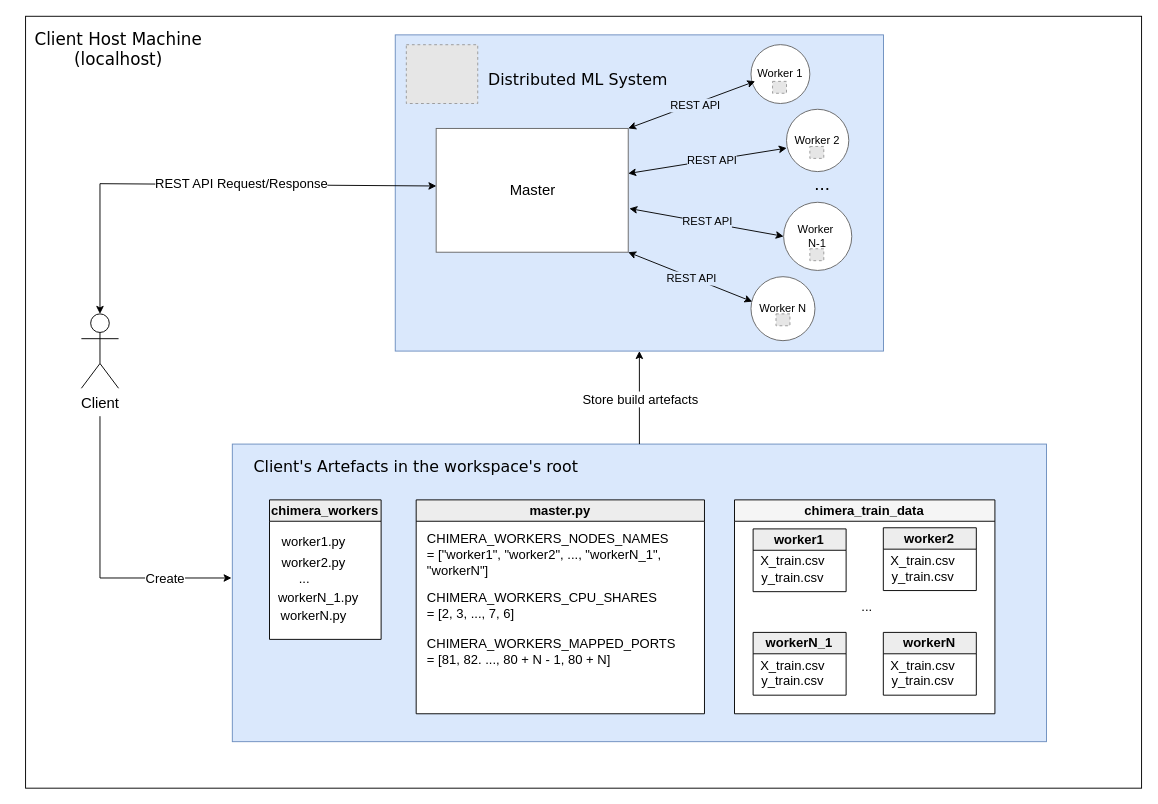
This is images/client/client_interactions.drawio from Samirnunes/chimera, a draw.io file, before an edit. Source tidied: cells renumbered, new cells numbered last; positions are measured from the earlier drawing's top-left corner, leaving out a move shared by most shapes. Both pictures are drawn from the tidied source at 93%, with x=0, y=0 at pixel (16, 16). Pictures stored in the file or linked from it are replaced by grey dashed boxes.
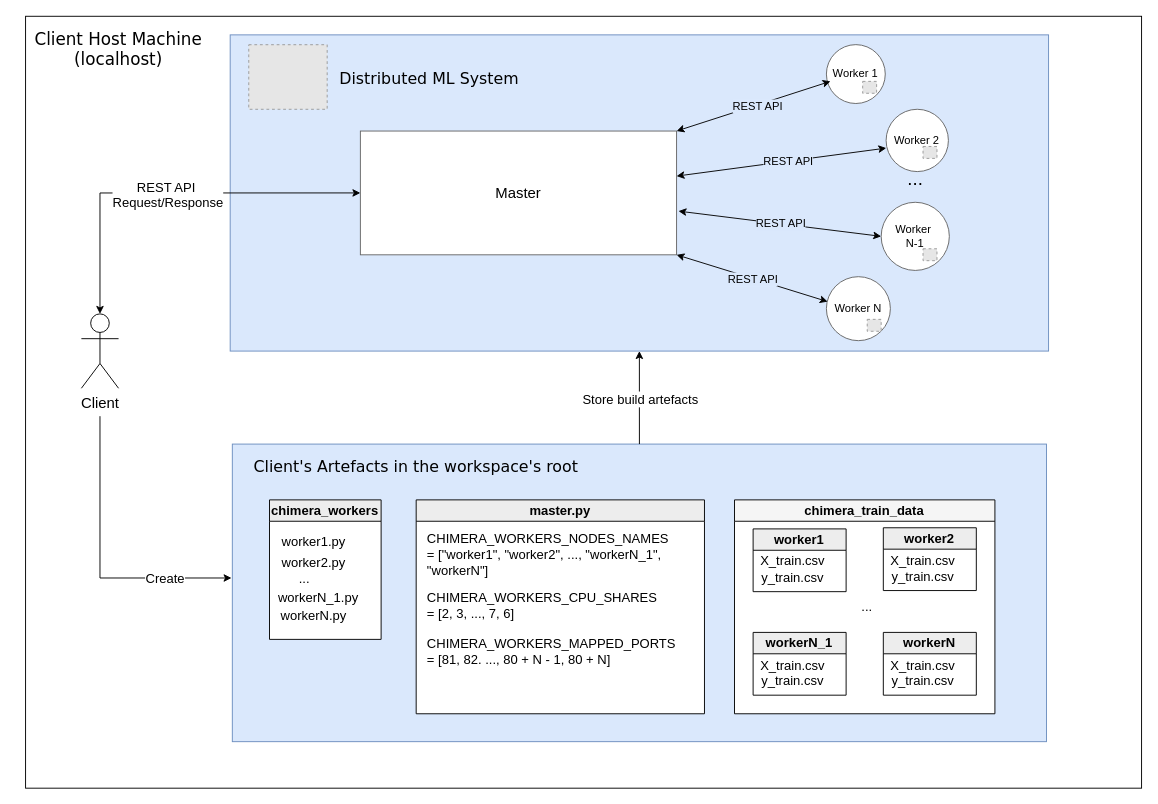
After the change.

Unchanged cells that the change refers to:
```xml
<mxCell id="4" value="&lt;font style=&quot;font-size: 16px;&quot;&gt;Client&lt;/font&gt;" style="shape=umlActor;verticalLabelPosition=bottom;verticalAlign=top;html=1;outlineConnect=0;" parent="1" vertex="1">
  <mxGeometry x="70" y="320" width="40" height="80" as="geometry" />
</mxCell>
```

Diff of the diagram source:
```diff
@@
     <mxCell id="7" style="group;" parent="1" vertex="1">
-      <mxGeometry x="407.5" y="20" width="525" height="340" as="geometry" />
+      <mxGeometry x="230" y="20" width="880" height="340" as="geometry" />
     </mxCell>
     <mxCell id="8" style="rounded=0;whiteSpace=wrap;html=1;fillColor=#dae8fc;strokeColor=#6c8ebf;" parent="7" vertex="1">
-      <mxGeometry width="525" height="340" as="geometry" />
+      <mxGeometry width="880" height="340" as="geometry" />
     </mxCell>
-    <mxCell id="9" style="group;" parent="7" vertex="1">
-      <mxGeometry x="11.9" y="10.6" width="489.2" height="308.1" as="geometry" />
-    </mxCell>
-    <mxCell id="10" value="&lt;font style=&quot;font-size: 16px; color: rgb(0, 0, 0);&quot;&gt;Master&lt;/font&gt;" style="rounded=0;whiteSpace=wrap;html=1;fillColor=#FFFFFF;strokeColor=#666666;fontColor=#333333;" parent="9" vertex="1">
-      <mxGeometry x="32.1" y="90" width="206.5" height="133.1" as="geometry" />
-    </mxCell>
-    <mxCell id="11" value="&lt;font style=&quot;font-size: 20px;&quot;&gt;...&lt;/font&gt;" style="text;html=1;align=center;verticalAlign=middle;whiteSpace=wrap;rounded=0;" parent="9" vertex="1">
-      <mxGeometry x="405.7" y="127.5" width="83.5" height="42.5" as="geometry" />
-    </mxCell>
-    <mxCell id="12" value="&lt;font face=&quot;Verdana&quot; style=&quot;font-size: 17px;&quot;&gt;&amp;nbsp;Distributed ML System&lt;/font&gt;" style="text;html=1;align=center;verticalAlign=middle;whiteSpace=wrap;rounded=0;" parent="9" vertex="1">
-      <mxGeometry x="68.4" y="21" width="226.7" height="31.9" as="geometry" />
-    </mxCell>
     <mxCell id="13" style="fillColor=#E6E6E6;strokeColor=#999999;dashed=1;verticalLabelPosition=bottom;labelBackgroundColor=default;verticalAlign=top;" parent="7" vertex="1">
-      <mxGeometry x="11.9" y="10.6" width="76.8" height="63.2" as="geometry" />
+      <mxGeometry x="20" y="10.6" width="84.3" height="69.4" as="geometry" />
     </mxCell>
     <mxCell id="14" value="&lt;span style=&quot;&quot;&gt;&lt;font style=&quot;color: rgb(0, 0, 0);&quot;&gt;Worker&amp;nbsp;&lt;/font&gt;&lt;/span&gt;&lt;div&gt;&lt;span style=&quot;&quot;&gt;&lt;font style=&quot;color: rgb(0, 0, 0);&quot;&gt;N-1&lt;/font&gt;&lt;/span&gt;&lt;/div&gt;" style="ellipse;whiteSpace=wrap;html=1;fillColor=light-dark(#ffffff, #1a1a1a);fontColor=#333333;strokeColor=#666666;" parent="7" vertex="1">
-      <mxGeometry x="417.6" y="180" width="73.3" height="73.3" as="geometry" />
+      <mxGeometry x="700" y="180" width="73.3" height="73.3" as="geometry" />
     </mxCell>
@@
     <mxCell id="17" value="&lt;span style=&quot;&quot;&gt;&lt;font style=&quot;color: rgb(0, 0, 0);&quot;&gt;Worker N&lt;/font&gt;&lt;/span&gt;" style="ellipse;whiteSpace=wrap;html=1;fillColor=light-dark(#ffffff, #1a1a1a);fontColor=#333333;strokeColor=#666666;" parent="7" vertex="1">
-      <mxGeometry x="382.5" y="260" width="68.8" height="68.8" as="geometry" />
+      <mxGeometry x="641.1" y="260" width="68.8" height="68.8" as="geometry" />
     </mxCell>
@@
     <mxCell id="20" value="&lt;span style=&quot;&quot;&gt;&lt;font style=&quot;color: rgb(0, 0, 0);&quot;&gt;Worker 2&lt;/font&gt;&lt;/span&gt;" style="ellipse;whiteSpace=wrap;html=1;fillColor=light-dark(#ffffff, #1a1a1a);fontColor=#333333;strokeColor=#666666;" parent="7" vertex="1">
-      <mxGeometry x="420.7" y="80" width="67" height="67" as="geometry" />
+      <mxGeometry x="705.3" y="80" width="67" height="67" as="geometry" />
     </mxCell>
@@
     <mxCell id="23" value="&lt;font style=&quot;color: rgb(0, 0, 0);&quot;&gt;Worker 1&lt;/font&gt;" style="ellipse;whiteSpace=wrap;html=1;fillColor=light-dark(#ffffff, #1a1a1a);fontColor=#333333;strokeColor=#666666;" parent="7" vertex="1">
-      <mxGeometry x="382.5" y="10.5" width="63.3" height="63.3" as="geometry" />
+      <mxGeometry x="641.1" y="10.5" width="63.3" height="63.3" as="geometry" />
     </mxCell>
@@
     <mxCell id="26" style="fillColor=#E6E6E6;strokeColor=#999999;dashed=1;verticalLabelPosition=bottom;labelBackgroundColor=default;verticalAlign=top;" parent="7" vertex="1">
-      <mxGeometry x="405.7" y="50" width="15" height="12.8" as="geometry" />
+      <mxGeometry x="680.1" y="50" width="15" height="12.8" as="geometry" />
     </mxCell>
     <mxCell id="27" style="fillColor=#E6E6E6;strokeColor=#999999;dashed=1;verticalLabelPosition=bottom;labelBackgroundColor=default;verticalAlign=top;" parent="7" vertex="1">
-      <mxGeometry x="445.8" y="120" width="15" height="12.8" as="geometry" />
+      <mxGeometry x="745" y="120" width="15" height="12.8" as="geometry" />
     </mxCell>
     <mxCell id="28" style="fillColor=#E6E6E6;strokeColor=#999999;dashed=1;verticalLabelPosition=bottom;labelBackgroundColor=default;verticalAlign=top;" parent="7" vertex="1">
-      <mxGeometry x="445.8" y="230" width="15" height="12.8" as="geometry" />
+      <mxGeometry x="745" y="230" width="15" height="12.8" as="geometry" />
     </mxCell>
     <mxCell id="29" style="fillColor=#E6E6E6;strokeColor=#999999;dashed=1;verticalLabelPosition=bottom;labelBackgroundColor=default;verticalAlign=top;" parent="7" vertex="1">
-      <mxGeometry x="409.4" y="300" width="15" height="12.8" as="geometry" />
+      <mxGeometry x="685" y="305.9" width="15" height="12.8" as="geometry" />
     </mxCell>
+    <mxCell id="11" value="&lt;font style=&quot;font-size: 20px;&quot;&gt;...&lt;/font&gt;" style="text;html=1;align=center;verticalAlign=middle;whiteSpace=wrap;rounded=0;" parent="7" vertex="1">
+      <mxGeometry x="666.6" y="132.8" width="140" height="42.5" as="geometry" />
+    </mxCell>
+    <mxCell id="10" value="&lt;font style=&quot;font-size: 16px; color: rgb(0, 0, 0);&quot;&gt;Master&lt;/font&gt;" style="rounded=0;whiteSpace=wrap;html=1;fillColor=#FFFFFF;strokeColor=#666666;fontColor=#333333;" parent="7" vertex="1">
+      <mxGeometry x="140" y="103.4" width="340" height="133.1" as="geometry" />
+    </mxCell>
+    <mxCell id="12" value="&lt;font face=&quot;Verdana&quot; style=&quot;font-size: 17px;&quot;&gt;&amp;nbsp;Distributed ML System&lt;/font&gt;" style="text;html=1;align=center;verticalAlign=middle;whiteSpace=wrap;rounded=0;" parent="7" vertex="1">
+      <mxGeometry x="104.4" y="31" width="214.7" height="31.9" as="geometry" />
+    </mxCell>
@@
-    <mxCell id="59" style="endArrow=classic;html=1;strokeWidth=1;entryX=0.001;entryY=0.465;entryDx=0;entryDy=0;entryPerimeter=0;exitX=0.5;exitY=0;exitDx=0;exitDy=0;exitPerimeter=0;endFill=1;rounded=0;curved=0;startArrow=classic;startFill=1;" parent="1" edge="1" source="4" target="10">
+    <mxCell id="59" style="endArrow=classic;html=1;strokeWidth=1;exitX=0.5;exitY=0;exitDx=0;exitDy=0;exitPerimeter=0;endFill=1;rounded=0;curved=0;startArrow=classic;startFill=1;entryX=0;entryY=0.5;entryDx=0;entryDy=0;" parent="1" edge="1" source="4" target="10">
       <mxGeometry relative="1" as="geometry">
         <Array as="points">
-          <mxPoint x="90" y="180" />
+          <mxPoint x="90" y="190" />
         </Array>
       </mxGeometry>
     </mxCell>
-    <mxCell id="60" value="&lt;span style=&quot;color: rgb(0, 0, 0);&quot;&gt;&lt;font style=&quot;font-size: 14px;&quot;&gt;REST API Request/Response&lt;/font&gt;&lt;/span&gt;" style="edgeLabel;html=1;align=center;verticalAlign=middle;labelBackgroundColor=light-dark(#ffffff, #212121);" parent="59" vertex="1">
+    <mxCell id="60" value="&lt;span style=&quot;color: rgb(0, 0, 0);&quot;&gt;&lt;font style=&quot;font-size: 14px;&quot;&gt;REST API&amp;nbsp;&lt;/font&gt;&lt;/span&gt;&lt;div&gt;&lt;span style=&quot;color: rgb(0, 0, 0);&quot;&gt;&lt;font style=&quot;font-size: 14px;&quot;&gt;Request/Response&lt;/font&gt;&lt;/span&gt;&lt;/div&gt;" style="edgeLabel;html=1;align=center;verticalAlign=middle;labelBackgroundColor=light-dark(#ffffff, #212121);" parent="59" vertex="1">
       <mxGeometry x="0.46" y="2" relative="1" as="geometry">
-        <mxPoint x="-75" as="offset" />
+        <mxPoint x="-96" y="4" as="offset" />
       </mxGeometry>
     </mxCell>
```
